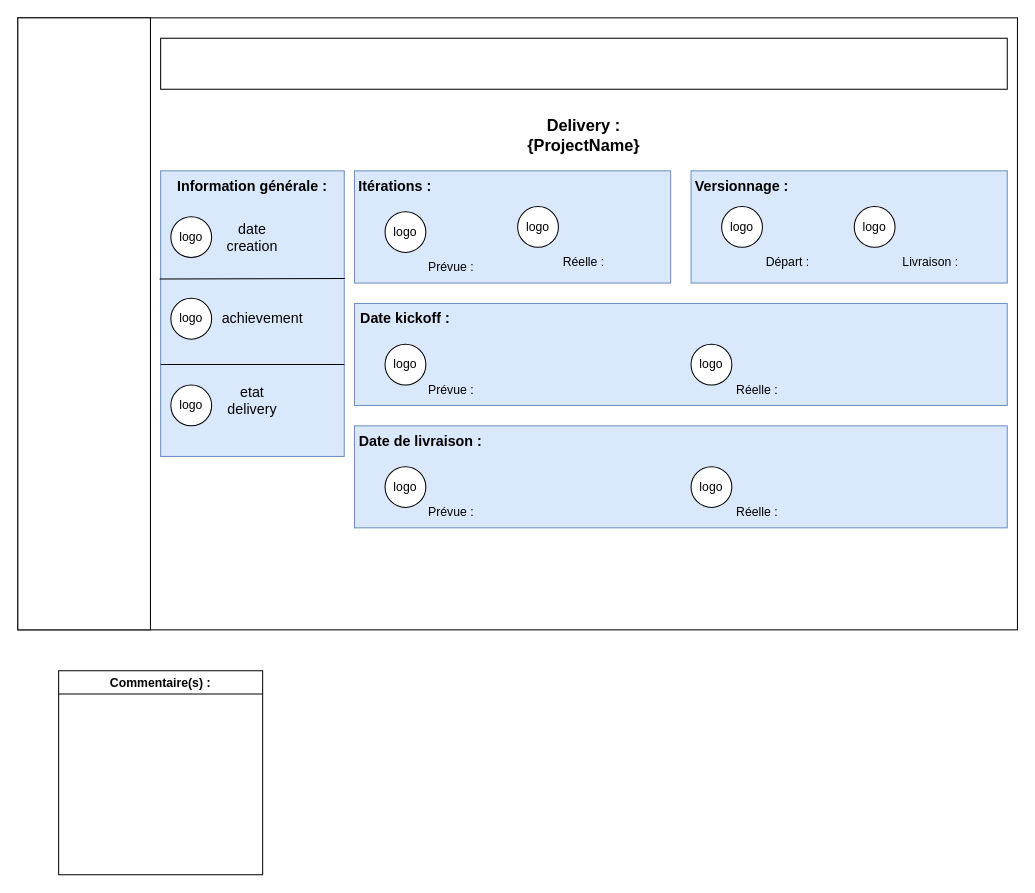
Xurama/Test keeps this draw.io diagram as page "Details card gestion projet" (11 of 11) of Untitled Diagram.drawio. Above is the earlier version. Source tidied: cells renumbered, new cells numbered last; positions are measured from the earlier drawing's top-left corner, leaving out a move shared by most shapes. Both pictures are drawn from the tidied source at 102%, with x=0, y=0 at pixel (17, 17).
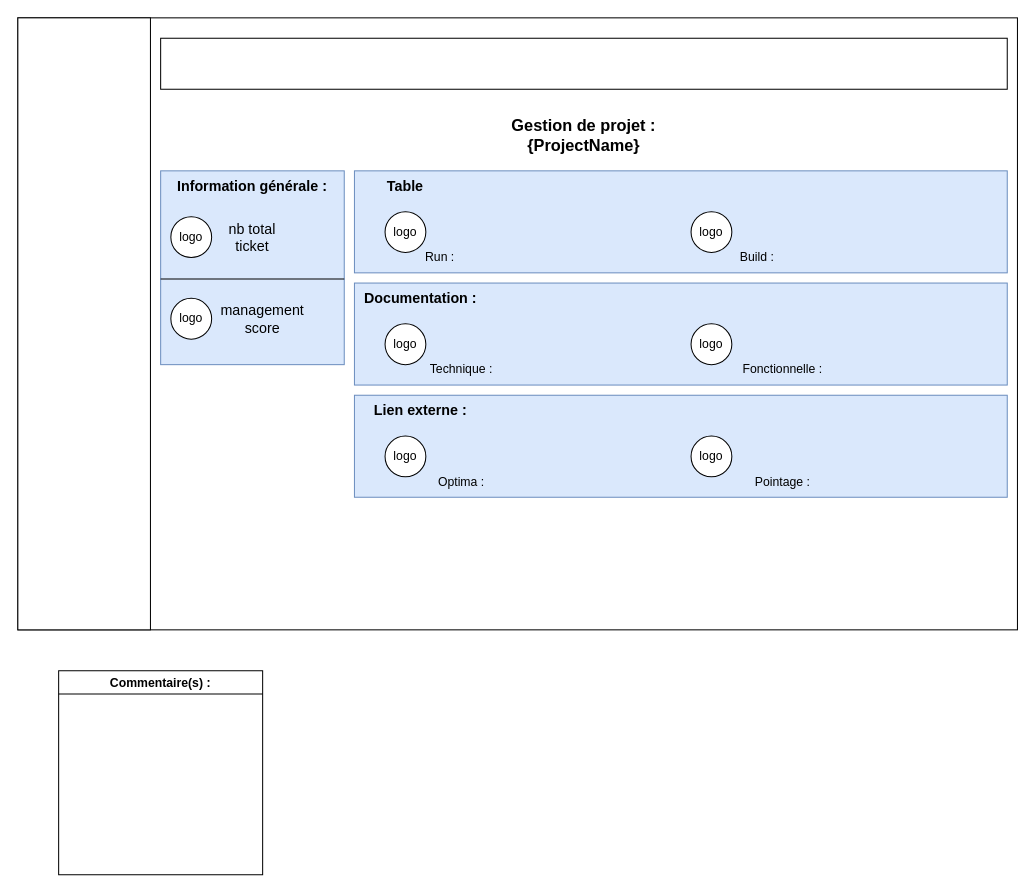
The same page after the edit.

Change to the diagram source:
```diff
@@
     <mxCell id="5" style="rounded=0;whiteSpace=wrap;html=1;fillColor=#dae8fc;strokeColor=#6c8ebf;" parent="1" vertex="1">
-      <mxGeometry x="140" y="150" width="180" height="280" as="geometry" />
+      <mxGeometry x="140" y="150" width="180" height="190" as="geometry" />
     </mxCell>
-    <mxCell id="6" value="&lt;b&gt;&lt;font style=&quot;font-size: 16px;&quot;&gt;Delivery : {ProjectName}&lt;/font&gt;&lt;/b&gt;" style="text;html=1;strokeColor=none;fillColor=none;align=center;verticalAlign=middle;whiteSpace=wrap;rounded=0;" parent="1" vertex="1">
+    <mxCell id="6" value="&lt;b&gt;&lt;font style=&quot;font-size: 16px;&quot;&gt;Gestion de projet : {ProjectName}&lt;/font&gt;&lt;/b&gt;" style="text;html=1;strokeColor=none;fillColor=none;align=center;verticalAlign=middle;whiteSpace=wrap;rounded=0;" parent="1" vertex="1">
       <mxGeometry x="470" y="100" width="170" height="30" as="geometry" />
     </mxCell>
@@
-    <mxCell id="9" style="rounded=0;whiteSpace=wrap;html=1;fillColor=#dae8fc;strokeColor=#6c8ebf;" parent="1" vertex="1">
-      <mxGeometry x="330" y="150" width="310" height="110" as="geometry" />
-    </mxCell>
-    <mxCell id="10" value="logo" style="ellipse;whiteSpace=wrap;html=1;" parent="1" vertex="1">
-      <mxGeometry x="360" y="190" width="40" height="40" as="geometry" />
-    </mxCell>
-    <mxCell id="11" value="Prévue :" style="text;html=1;strokeColor=none;fillColor=none;align=center;verticalAlign=middle;whiteSpace=wrap;rounded=0;" parent="1" vertex="1">
-      <mxGeometry x="400" y="230" width="50" height="30" as="geometry" />
-    </mxCell>
-    <mxCell id="12" value="logo" style="ellipse;whiteSpace=wrap;html=1;" parent="1" vertex="1">
-      <mxGeometry x="490" y="185" width="40" height="40" as="geometry" />
-    </mxCell>
-    <mxCell id="13" value="Réelle :" style="text;html=1;strokeColor=none;fillColor=none;align=center;verticalAlign=middle;whiteSpace=wrap;rounded=0;" parent="1" vertex="1">
-      <mxGeometry x="530" y="225" width="50" height="30" as="geometry" />
-    </mxCell>
-    <mxCell id="14" value="&lt;b&gt;&lt;font style=&quot;font-size: 14px;&quot;&gt;Itérations :&lt;/font&gt;&lt;/b&gt;" style="text;html=1;strokeColor=none;fillColor=none;align=center;verticalAlign=middle;whiteSpace=wrap;rounded=0;" parent="1" vertex="1">
-      <mxGeometry x="330" y="150" width="80" height="30" as="geometry" />
-    </mxCell>
-    <mxCell id="15" style="rounded=0;whiteSpace=wrap;html=1;fillColor=#dae8fc;strokeColor=#6c8ebf;" parent="1" vertex="1">
-      <mxGeometry x="660" y="150" width="310" height="110" as="geometry" />
-    </mxCell>
-    <mxCell id="16" value="&lt;b&gt;&lt;font style=&quot;font-size: 14px;&quot;&gt;Versionnage :&lt;/font&gt;&lt;/b&gt;" style="text;html=1;strokeColor=none;fillColor=none;align=center;verticalAlign=middle;whiteSpace=wrap;rounded=0;" parent="1" vertex="1">
-      <mxGeometry x="660" y="150" width="100" height="30" as="geometry" />
-    </mxCell>
-    <mxCell id="17" value="logo" style="ellipse;whiteSpace=wrap;html=1;" parent="1" vertex="1">
-      <mxGeometry x="690" y="185" width="40" height="40" as="geometry" />
-    </mxCell>
-    <mxCell id="18" value="Départ :" style="text;html=1;strokeColor=none;fillColor=none;align=center;verticalAlign=middle;whiteSpace=wrap;rounded=0;" parent="1" vertex="1">
-      <mxGeometry x="730" y="225" width="50" height="30" as="geometry" />
-    </mxCell>
-    <mxCell id="19" value="logo" style="ellipse;whiteSpace=wrap;html=1;" parent="1" vertex="1">
-      <mxGeometry x="820" y="185" width="40" height="40" as="geometry" />
-    </mxCell>
-    <mxCell id="20" value="Livraison :" style="text;html=1;strokeColor=none;fillColor=none;align=center;verticalAlign=middle;whiteSpace=wrap;rounded=0;" parent="1" vertex="1">
-      <mxGeometry x="860" y="225" width="70" height="30" as="geometry" />
-    </mxCell>
     <mxCell id="21" style="rounded=0;whiteSpace=wrap;html=1;fontSize=14;fillColor=#dae8fc;strokeColor=#6c8ebf;" parent="1" vertex="1">
-      <mxGeometry x="330" y="280" width="640" height="100" as="geometry" />
+      <mxGeometry x="330" y="150" width="640" height="100" as="geometry" />
     </mxCell>
     <mxCell id="22" style="rounded=0;whiteSpace=wrap;html=1;fontSize=14;fillColor=#dae8fc;strokeColor=#6c8ebf;" parent="1" vertex="1">
-      <mxGeometry x="330" y="400" width="640" height="100" as="geometry" />
+      <mxGeometry x="330" y="260" width="640" height="100" as="geometry" />
     </mxCell>
-    <mxCell id="23" value="&lt;b&gt;&lt;font style=&quot;font-size: 14px;&quot;&gt;Date kickoff :&lt;/font&gt;&lt;/b&gt;" style="text;html=1;strokeColor=none;fillColor=none;align=center;verticalAlign=middle;whiteSpace=wrap;rounded=0;" parent="1" vertex="1">
-      <mxGeometry x="330" y="280" width="100" height="30" as="geometry" />
+    <mxCell id="23" value="&lt;b&gt;&lt;font style=&quot;font-size: 14px;&quot;&gt;Table&lt;/font&gt;&lt;/b&gt;" style="text;html=1;strokeColor=none;fillColor=none;align=center;verticalAlign=middle;whiteSpace=wrap;rounded=0;" parent="1" vertex="1">
+      <mxGeometry x="330" y="150" width="100" height="30" as="geometry" />
     </mxCell>
-    <mxCell id="24" value="&lt;b&gt;&lt;font style=&quot;font-size: 14px;&quot;&gt;Date de livraison :&lt;/font&gt;&lt;/b&gt;" style="text;html=1;strokeColor=none;fillColor=none;align=center;verticalAlign=middle;whiteSpace=wrap;rounded=0;" parent="1" vertex="1">
-      <mxGeometry x="330" y="400" width="130" height="30" as="geometry" />
+    <mxCell id="24" value="&lt;b&gt;&lt;font style=&quot;font-size: 14px;&quot;&gt;Documentation :&lt;/font&gt;&lt;/b&gt;" style="text;html=1;strokeColor=none;fillColor=none;align=center;verticalAlign=middle;whiteSpace=wrap;rounded=0;" parent="1" vertex="1">
+      <mxGeometry x="330" y="260" width="130" height="30" as="geometry" />
     </mxCell>
     <mxCell id="25" value="logo" style="ellipse;whiteSpace=wrap;html=1;" parent="1" vertex="1">
-      <mxGeometry x="360" y="320" width="40" height="40" as="geometry" />
+      <mxGeometry x="360" y="190" width="40" height="40" as="geometry" />
     </mxCell>
-    <mxCell id="26" value="Prévue :" style="text;html=1;strokeColor=none;fillColor=none;align=center;verticalAlign=middle;whiteSpace=wrap;rounded=0;" parent="1" vertex="1">
-      <mxGeometry x="400" y="350" width="50" height="30" as="geometry" />
+    <mxCell id="26" value="Run :" style="text;html=1;strokeColor=none;fillColor=none;align=center;verticalAlign=middle;whiteSpace=wrap;rounded=0;" parent="1" vertex="1">
+      <mxGeometry x="389" y="220" width="50" height="30" as="geometry" />
     </mxCell>
     <mxCell id="27" value="logo" style="ellipse;whiteSpace=wrap;html=1;" parent="1" vertex="1">
-      <mxGeometry x="660" y="320" width="40" height="40" as="geometry" />
+      <mxGeometry x="660" y="190" width="40" height="40" as="geometry" />
     </mxCell>
-    <mxCell id="28" value="Réelle :" style="text;html=1;strokeColor=none;fillColor=none;align=center;verticalAlign=middle;whiteSpace=wrap;rounded=0;" parent="1" vertex="1">
-      <mxGeometry x="700" y="350" width="50" height="30" as="geometry" />
+    <mxCell id="28" value="Build :" style="text;html=1;strokeColor=none;fillColor=none;align=center;verticalAlign=middle;whiteSpace=wrap;rounded=0;" parent="1" vertex="1">
+      <mxGeometry x="700" y="220" width="50" height="30" as="geometry" />
     </mxCell>
     <mxCell id="29" value="logo" style="ellipse;whiteSpace=wrap;html=1;" parent="1" vertex="1">
-      <mxGeometry x="360" y="440" width="40" height="40" as="geometry" />
+      <mxGeometry x="360" y="300" width="40" height="40" as="geometry" />
     </mxCell>
-    <mxCell id="30" value="Prévue :" style="text;html=1;strokeColor=none;fillColor=none;align=center;verticalAlign=middle;whiteSpace=wrap;rounded=0;" parent="1" vertex="1">
-      <mxGeometry x="400" y="470" width="50" height="30" as="geometry" />
+    <mxCell id="30" value="Technique :" style="text;html=1;strokeColor=none;fillColor=none;align=center;verticalAlign=middle;whiteSpace=wrap;rounded=0;" parent="1" vertex="1">
+      <mxGeometry x="400" y="330" width="70" height="30" as="geometry" />
     </mxCell>
     <mxCell id="31" value="logo" style="ellipse;whiteSpace=wrap;html=1;" parent="1" vertex="1">
-      <mxGeometry x="660" y="440" width="40" height="40" as="geometry" />
+      <mxGeometry x="660" y="300" width="40" height="40" as="geometry" />
     </mxCell>
-    <mxCell id="32" value="Réelle :" style="text;html=1;strokeColor=none;fillColor=none;align=center;verticalAlign=middle;whiteSpace=wrap;rounded=0;" parent="1" vertex="1">
-      <mxGeometry x="700" y="470" width="50" height="30" as="geometry" />
+    <mxCell id="32" value="Fonctionnelle :" style="text;html=1;strokeColor=none;fillColor=none;align=center;verticalAlign=middle;whiteSpace=wrap;rounded=0;" parent="1" vertex="1">
+      <mxGeometry x="700" y="330" width="100" height="30" as="geometry" />
     </mxCell>
@@
-    <mxCell id="35" style="endArrow=none;html=1;rounded=0;fontSize=14;fontColor=#000000;entryX=-0.006;entryY=0.379;entryDx=0;entryDy=0;exitX=1.002;exitY=0.377;exitDx=0;exitDy=0;exitPerimeter=0;entryPerimeter=0;" parent="1" edge="1" source="5" target="5">
-      <mxGeometry relative="1" as="geometry" />
+    <mxCell id="35" style="endArrow=none;html=1;rounded=0;fontSize=14;fontColor=#000000;exitX=1;exitY=0.558;exitDx=0;exitDy=0;exitPerimeter=0;" parent="1" edge="1" source="5">
+      <mxGeometry relative="1" as="geometry">
+        <mxPoint x="140" y="256" as="targetPoint" />
+      </mxGeometry>
     </mxCell>
-    <mxCell id="36" value="date creation" style="text;html=1;strokeColor=none;fillColor=none;align=center;verticalAlign=middle;whiteSpace=wrap;rounded=0;fontSize=14;fontColor=#000000;" parent="1" vertex="1">
+    <mxCell id="36" value="nb total ticket" style="text;html=1;strokeColor=none;fillColor=none;align=center;verticalAlign=middle;whiteSpace=wrap;rounded=0;fontSize=14;fontColor=#000000;" parent="1" vertex="1">
       <mxGeometry x="200" y="200" width="60" height="30" as="geometry" />
     </mxCell>
@@
-    <mxCell id="38" value="achievement" style="text;html=1;strokeColor=none;fillColor=none;align=center;verticalAlign=middle;whiteSpace=wrap;rounded=0;fontSize=14;fontColor=#000000;" parent="1" vertex="1">
+    <mxCell id="38" value="management score" style="text;html=1;strokeColor=none;fillColor=none;align=center;verticalAlign=middle;whiteSpace=wrap;rounded=0;fontSize=14;fontColor=#000000;" parent="1" vertex="1">
       <mxGeometry x="210" y="280" width="60" height="30" as="geometry" />
     </mxCell>
-    <mxCell id="39" style="endArrow=none;html=1;rounded=0;fontSize=14;fontColor=#000000;entryX=0;entryY=0.25;entryDx=0;entryDy=0;exitX=1;exitY=0.25;exitDx=0;exitDy=0;" parent="1" edge="1">
-      <mxGeometry relative="1" as="geometry">
-        <mxPoint x="320" y="339.8" as="sourcePoint" />
-        <mxPoint x="140" y="339.8" as="targetPoint" />
-      </mxGeometry>
-    </mxCell>
-    <mxCell id="40" value="logo" style="ellipse;whiteSpace=wrap;html=1;" parent="1" vertex="1">
-      <mxGeometry x="150" y="360" width="40" height="40" as="geometry" />
-    </mxCell>
-    <mxCell id="41" value="etat delivery" style="text;html=1;strokeColor=none;fillColor=none;align=center;verticalAlign=middle;whiteSpace=wrap;rounded=0;fontSize=14;fontColor=#000000;" parent="1" vertex="1">
-      <mxGeometry x="200" y="360" width="60" height="30" as="geometry" />
-    </mxCell>
+    <mxCell id="42" style="rounded=0;whiteSpace=wrap;html=1;fontSize=14;fillColor=#dae8fc;strokeColor=#6c8ebf;" parent="1" vertex="1">
+      <mxGeometry x="330" y="370" width="640" height="100" as="geometry" />
+    </mxCell>
+    <mxCell id="43" value="&lt;b&gt;&lt;font style=&quot;font-size: 14px;&quot;&gt;Lien externe :&lt;/font&gt;&lt;/b&gt;" style="text;html=1;strokeColor=none;fillColor=none;align=center;verticalAlign=middle;whiteSpace=wrap;rounded=0;" parent="1" vertex="1">
+      <mxGeometry x="330" y="370" width="130" height="30" as="geometry" />
+    </mxCell>
+    <mxCell id="44" value="logo" style="ellipse;whiteSpace=wrap;html=1;" parent="1" vertex="1">
+      <mxGeometry x="360" y="410" width="40" height="40" as="geometry" />
+    </mxCell>
+    <mxCell id="45" value="Optima :" style="text;html=1;strokeColor=none;fillColor=none;align=center;verticalAlign=middle;whiteSpace=wrap;rounded=0;" parent="1" vertex="1">
+      <mxGeometry x="400" y="440" width="70" height="30" as="geometry" />
+    </mxCell>
+    <mxCell id="46" value="logo" style="ellipse;whiteSpace=wrap;html=1;" parent="1" vertex="1">
+      <mxGeometry x="660" y="410" width="40" height="40" as="geometry" />
+    </mxCell>
+    <mxCell id="47" value="Pointage :" style="text;html=1;strokeColor=none;fillColor=none;align=center;verticalAlign=middle;whiteSpace=wrap;rounded=0;" parent="1" vertex="1">
+      <mxGeometry x="700" y="440" width="100" height="30" as="geometry" />
+    </mxCell>
```
